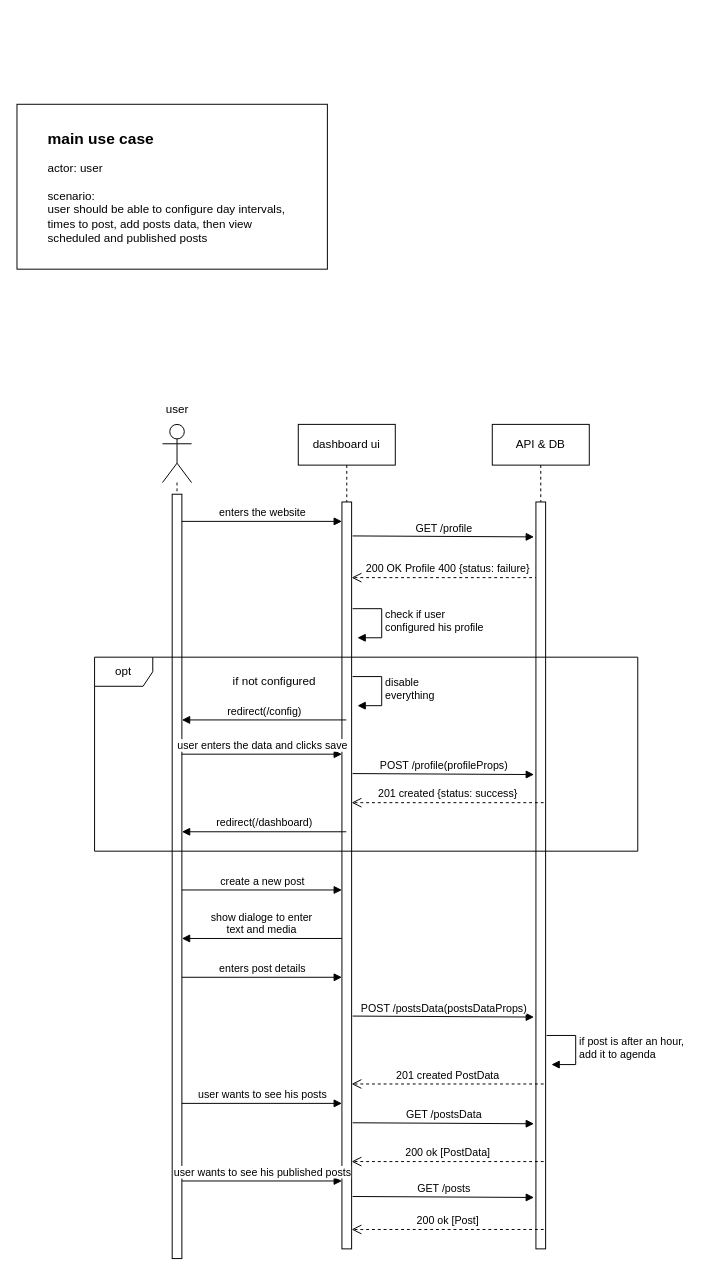
Earlier version of the draw.io diagram page "main" (2 of 3) of auto-post.drawio (ahmed-elbehairy7/pamylka-system-design). Source tidied: cells renumbered, new cells numbered last; positions are measured from the earlier drawing's top-left corner, leaving out a move shared by most shapes. Both pictures are drawn from the tidied source at 97%, with x=0, y=0 at pixel (16, 104).
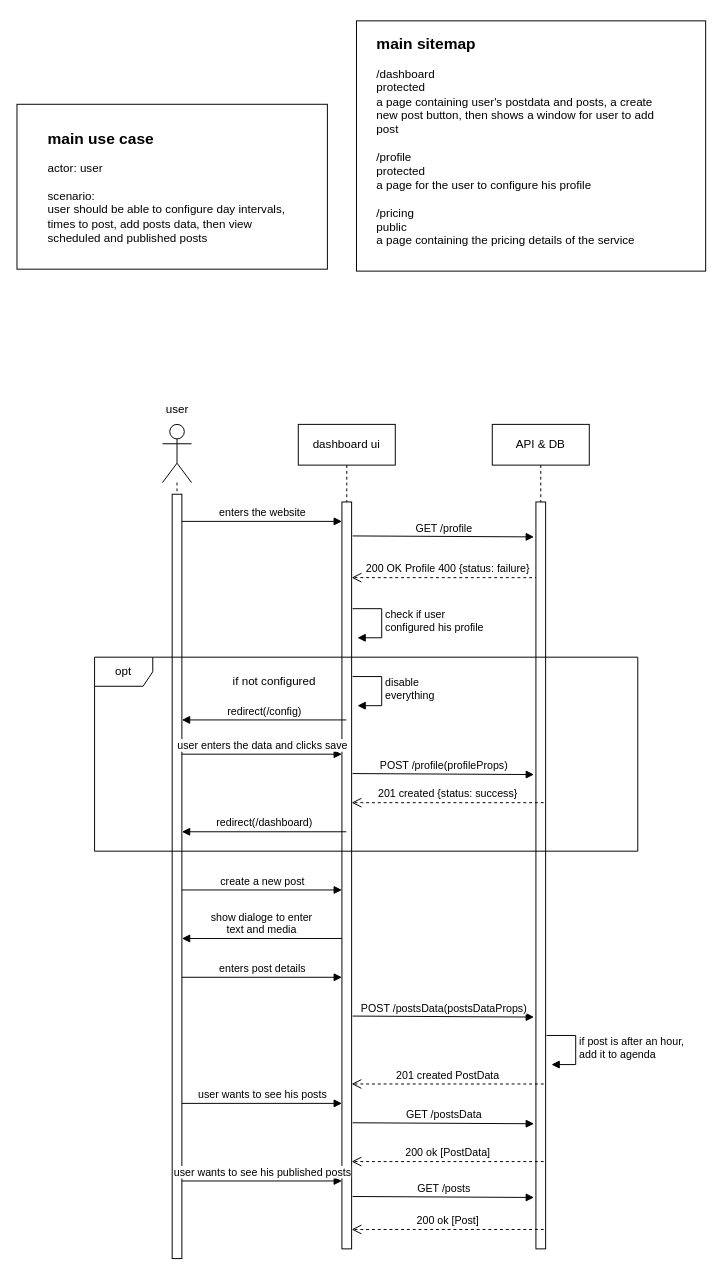
The same page after the edit.

Change to the diagram source:
```diff
@@
+    <mxCell id="36" style="group;" parent="1" vertex="1">
+      <mxGeometry x="350" y="-90" width="360" height="253" as="geometry" />
+    </mxCell>
+    <mxCell id="37" style="rounded=0;whiteSpace=wrap;html=1;" parent="36" vertex="1">
+      <mxGeometry y="4" width="360" height="258" as="geometry" />
+    </mxCell>
+    <mxCell id="38" value="&lt;div&gt;&lt;span style=&quot;font-size: 16px;&quot;&gt;&lt;b&gt;main sitemap&lt;/b&gt;&lt;/span&gt;&lt;/div&gt;&lt;div&gt;&lt;br&gt;&lt;/div&gt;&lt;div&gt;/dashboard&lt;/div&gt;&lt;div&gt;protected&lt;/div&gt;&lt;div&gt;a page containing user's postdata and posts, a create&amp;nbsp;&lt;/div&gt;&lt;div&gt;new post button, then shows a window for user to add&lt;/div&gt;&lt;div&gt;post&lt;/div&gt;&lt;div&gt;&lt;br&gt;&lt;/div&gt;&lt;div&gt;/profile&lt;/div&gt;&lt;div&gt;protected&lt;/div&gt;&lt;div&gt;a page for the user to configure his profile&lt;/div&gt;&lt;div&gt;&lt;br&gt;&lt;/div&gt;&lt;div&gt;/pricing&lt;/div&gt;&lt;div&gt;public&lt;/div&gt;&lt;div&gt;a page containing the pricing details of the service&lt;/div&gt;" style="text;html=1;align=left;verticalAlign=middle;strokeColor=none;fillColor=none;" parent="36" vertex="1">
+      <mxGeometry x="18.6" y="13" width="310" height="230" as="geometry" />
+    </mxCell>
```
